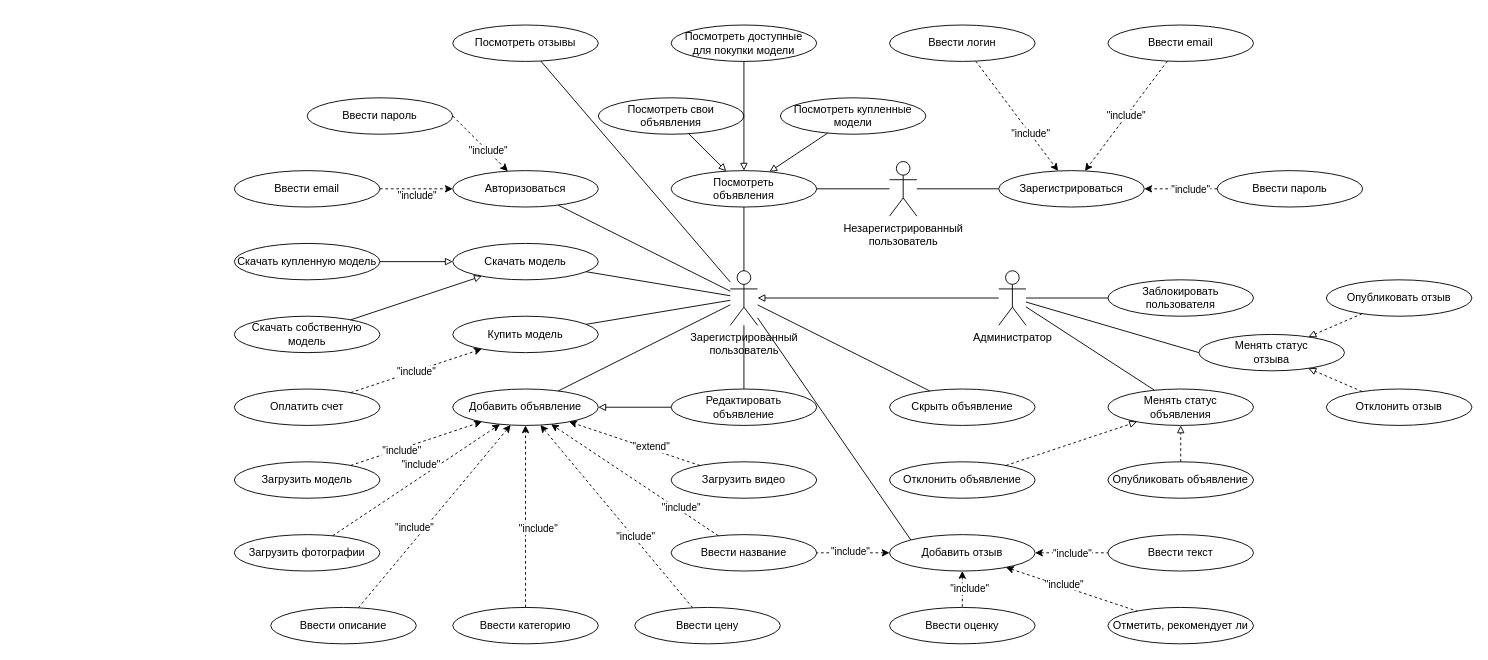
The draw.io diagram Diagrams/Use Case.drawio in DogNellaf/c2c-market, before the edit. Source tidied: cells renumbered, new cells numbered last; positions are measured from the earlier drawing's top-left corner, leaving out a move shared by most shapes. Both pictures are drawn from the tidied source at 91%, with x=0, y=0 at pixel (234, 25).
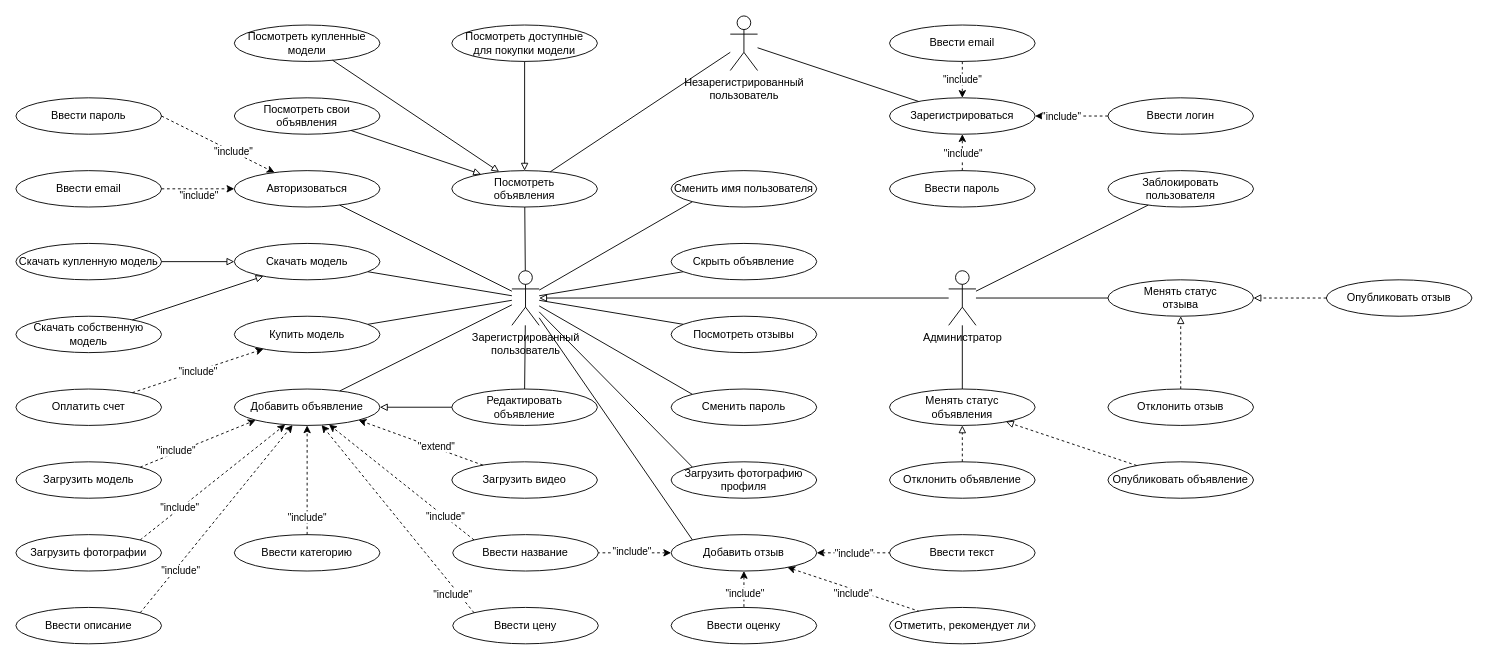
Above is the later version.

The change refers to these unchanged cells:
```xml
<mxCell id="55" style="endArrow=classic;html=1;rounded=0;dashed=1;" parent="1" edge="1" source="45" target="19">
  <mxGeometry relative="1" as="geometry" />
</mxCell>
<mxCell id="72" style="endArrow=classic;html=1;rounded=0;dashed=1;" parent="1" edge="1" source="68" target="34">
  <mxGeometry relative="1" as="geometry" />
</mxCell>
<mxCell id="96" style="endArrow=none;html=1;rounded=0;dashed=1;endFill=0;startArrow=classic;startFill=1;" parent="1" edge="1" source="80" target="95">
  <mxGeometry relative="1" as="geometry" />
</mxCell>
<mxCell id="99" style="endArrow=none;html=1;rounded=0;dashed=1;endFill=0;startArrow=classic;startFill=1;" parent="1" edge="1" source="80" target="98">
  <mxGeometry relative="1" as="geometry" />
</mxCell>
```

Diff of the diagram source:
```diff
@@
     <mxCell id="2" value="Незарегистрированный &lt;br&gt;пользователь" style="shape=umlActor;verticalLabelPosition=bottom;verticalAlign=top;html=1;outlineConnect=0;" parent="1" vertex="1">
-      <mxGeometry x="720" y="150" width="30" height="60" as="geometry" />
+      <mxGeometry x="545" y="-10" width="30" height="60" as="geometry" />
     </mxCell>
     <mxCell id="3" value="Зарегистрированный &lt;br&gt;пользователь" style="shape=umlActor;verticalLabelPosition=bottom;verticalAlign=top;html=1;outlineConnect=0;" parent="1" vertex="1">
-      <mxGeometry x="545" y="270" width="30" height="60" as="geometry" />
+      <mxGeometry x="305" y="270" width="30" height="60" as="geometry" />
     </mxCell>
     <mxCell id="4" value="Авторизоваться" style="ellipse;whiteSpace=wrap;html=1;" parent="1" vertex="1">
-      <mxGeometry x="240" y="160" width="160" height="40" as="geometry" />
+      <mxGeometry y="160" width="160" height="40" as="geometry" />
     </mxCell>
@@
     <mxCell id="6" value="Посмотреть свои&lt;br&gt;объявления" style="ellipse;whiteSpace=wrap;html=1;" parent="1" vertex="1">
-      <mxGeometry x="400" y="80" width="160" height="40" as="geometry" />
+      <mxGeometry y="80" width="160" height="40" as="geometry" />
     </mxCell>
     <mxCell id="7" value="Посмотреть купленные модели" style="ellipse;whiteSpace=wrap;html=1;" parent="1" vertex="1">
-      <mxGeometry x="600" y="80" width="160" height="40" as="geometry" />
+      <mxGeometry width="160" height="40" as="geometry" />
     </mxCell>
@@
     <mxCell id="9" value="Посмотреть&lt;br&gt;объявления" style="ellipse;whiteSpace=wrap;html=1;" parent="1" vertex="1">
-      <mxGeometry x="480" y="160" width="160" height="40" as="geometry" />
+      <mxGeometry x="239" y="160" width="160" height="40" as="geometry" />
     </mxCell>
@@
     <mxCell id="12" value="Администратор" style="shape=umlActor;verticalLabelPosition=bottom;verticalAlign=top;html=1;outlineConnect=0;" parent="1" vertex="1">
-      <mxGeometry x="840" y="270" width="30" height="60" as="geometry" />
+      <mxGeometry x="785" y="270" width="30" height="60" as="geometry" />
     </mxCell>
@@
     <mxCell id="16" value="Скрыть объявление" style="ellipse;whiteSpace=wrap;html=1;" parent="1" vertex="1">
-      <mxGeometry x="720" y="400" width="160" height="40" as="geometry" />
+      <mxGeometry x="480" y="240" width="160" height="40" as="geometry" />
     </mxCell>
     <mxCell id="17" value="Заблокировать пользователя" style="ellipse;whiteSpace=wrap;html=1;" parent="1" vertex="1">
-      <mxGeometry x="960" y="280" width="160" height="40" as="geometry" />
+      <mxGeometry x="960" y="160" width="160" height="40" as="geometry" />
     </mxCell>
@@
     <mxCell id="19" value="Добавить объявление" style="ellipse;whiteSpace=wrap;html=1;" parent="1" vertex="1">
-      <mxGeometry x="240" y="400" width="160" height="40" as="geometry" />
+      <mxGeometry y="400" width="160" height="40" as="geometry" />
     </mxCell>
@@
     <mxCell id="21" value="Скачать модель" style="ellipse;whiteSpace=wrap;html=1;" parent="1" vertex="1">
-      <mxGeometry x="240" y="240" width="160" height="40" as="geometry" />
+      <mxGeometry y="240" width="160" height="40" as="geometry" />
     </mxCell>
@@
     <mxCell id="23" value="Купить модель" style="ellipse;whiteSpace=wrap;html=1;" parent="1" vertex="1">
-      <mxGeometry x="240" y="320" width="160" height="40" as="geometry" />
+      <mxGeometry y="320" width="160" height="40" as="geometry" />
     </mxCell>
@@
     <mxCell id="26" value="Посмотреть доступные &lt;br&gt;для покупки модели" style="ellipse;whiteSpace=wrap;html=1;" parent="1" vertex="1">
-      <mxGeometry x="480" width="160" height="40" as="geometry" />
+      <mxGeometry x="239" width="160" height="40" as="geometry" />
     </mxCell>
@@
     <mxCell id="29" value="Скачать купленную модель" style="ellipse;whiteSpace=wrap;html=1;" parent="1" vertex="1">
-      <mxGeometry y="240" width="160" height="40" as="geometry" />
+      <mxGeometry x="-240" y="240" width="160" height="40" as="geometry" />
     </mxCell>
@@
     <mxCell id="31" value="Скачать собственную модель" style="ellipse;whiteSpace=wrap;html=1;" parent="1" vertex="1">
-      <mxGeometry y="320" width="160" height="40" as="geometry" />
+      <mxGeometry x="-240" y="320" width="160" height="40" as="geometry" />
     </mxCell>
@@
     <mxCell id="34" value="Зарегистрироваться" style="ellipse;whiteSpace=wrap;html=1;" parent="1" vertex="1">
-      <mxGeometry x="840" y="160" width="160" height="40" as="geometry" />
+      <mxGeometry x="720" y="80" width="160" height="40" as="geometry" />
     </mxCell>
@@
     <mxCell id="36" value="Оплатить счет" style="ellipse;whiteSpace=wrap;html=1;" parent="1" vertex="1">
-      <mxGeometry y="400" width="160" height="40" as="geometry" />
+      <mxGeometry x="-240" y="400" width="160" height="40" as="geometry" />
     </mxCell>
@@
     <mxCell id="39" value="Редактировать&lt;br&gt;объявление" style="ellipse;whiteSpace=wrap;html=1;" parent="1" vertex="1">
-      <mxGeometry x="480" y="400" width="160" height="40" as="geometry" />
+      <mxGeometry x="239" y="400" width="160" height="40" as="geometry" />
     </mxCell>
@@
     <mxCell id="41" value="Загрузить модель" style="ellipse;whiteSpace=wrap;html=1;" parent="1" vertex="1">
-      <mxGeometry y="480" width="160" height="40" as="geometry" />
+      <mxGeometry x="-240" y="480" width="160" height="40" as="geometry" />
     </mxCell>
     <mxCell id="42" value="Ввести название" style="ellipse;whiteSpace=wrap;html=1;" parent="1" vertex="1">
-      <mxGeometry x="480" y="560" width="160" height="40" as="geometry" />
+      <mxGeometry x="240" y="560" width="160" height="40" as="geometry" />
     </mxCell>
     <mxCell id="43" value="Ввести описание" style="ellipse;whiteSpace=wrap;html=1;" parent="1" vertex="1">
-      <mxGeometry x="40" y="640" width="160" height="40" as="geometry" />
+      <mxGeometry x="-240" y="640" width="160" height="40" as="geometry" />
     </mxCell>
     <mxCell id="44" value="Ввести цену" style="ellipse;whiteSpace=wrap;html=1;" parent="1" vertex="1">
-      <mxGeometry x="440" y="640" width="160" height="40" as="geometry" />
+      <mxGeometry x="240" y="640" width="160" height="40" as="geometry" />
     </mxCell>
     <mxCell id="45" value="Ввести категорию" style="ellipse;whiteSpace=wrap;html=1;" parent="1" vertex="1">
-      <mxGeometry x="240" y="640" width="160" height="40" as="geometry" />
+      <mxGeometry y="560" width="160" height="40" as="geometry" />
     </mxCell>
     <mxCell id="46" value="Загрузить видео" style="ellipse;whiteSpace=wrap;html=1;" parent="1" vertex="1">
-      <mxGeometry x="480" y="480" width="160" height="40" as="geometry" />
+      <mxGeometry x="239" y="480" width="160" height="40" as="geometry" />
     </mxCell>
-    <mxCell id="47" style="endArrow=classic;html=1;rounded=0;dashed=1;" parent="1" edge="1" source="41" target="19">
+    <mxCell id="47" style="endArrow=classic;html=1;rounded=0;dashed=1;exitX=1;exitY=0;exitDx=0;exitDy=0;entryX=0;entryY=1;entryDx=0;entryDy=0;" parent="1" edge="1" source="41" target="19">
       <mxGeometry relative="1" as="geometry" />
     </mxCell>
     <mxCell id="48" value="&quot;include&quot;" style="edgeLabel;html=1;align=center;verticalAlign=middle;" parent="47" vertex="1">
-      <mxGeometry x="-0.23" y="-2" relative="1" as="geometry" />
+      <mxGeometry x="-0.23" y="-2" relative="1" as="geometry">
+        <mxPoint x="-11" as="offset" />
+      </mxGeometry>
     </mxCell>
     <mxCell id="49" value="Загрузить фотографии" style="ellipse;whiteSpace=wrap;html=1;" parent="1" vertex="1">
-      <mxGeometry y="560" width="160" height="40" as="geometry" />
+      <mxGeometry x="-240" y="560" width="160" height="40" as="geometry" />
     </mxCell>
-    <mxCell id="50" style="endArrow=classic;html=1;rounded=0;endFill=1;dashed=1;" parent="1" edge="1" source="49" target="19">
+    <mxCell id="50" style="endArrow=classic;html=1;rounded=0;endFill=1;dashed=1;exitX=1;exitY=0;exitDx=0;exitDy=0;" parent="1" edge="1" source="49" target="19">
       <mxGeometry relative="1" as="geometry" />
     </mxCell>
     <mxCell id="51" value="&quot;include&quot;" style="edgeLabel;html=1;align=center;verticalAlign=middle;" parent="50" vertex="1">
       <mxGeometry x="0.23" y="4" relative="1" as="geometry">
-        <mxPoint x="-14" as="offset" />
+        <mxPoint x="-52" y="45" as="offset" />
       </mxGeometry>
     </mxCell>
-    <mxCell id="52" style="endArrow=block;html=1;rounded=0;endFill=0;" parent="1" edge="1" source="39" target="19">
+    <mxCell id="52" style="endArrow=block;html=1;rounded=0;endFill=0;entryX=1;entryY=0.5;entryDx=0;entryDy=0;" parent="1" edge="1" source="39" target="19">
       <mxGeometry relative="1" as="geometry" />
     </mxCell>
-    <mxCell id="53" style="endArrow=classic;html=1;rounded=0;dashed=1;" parent="1" edge="1" source="43" target="19">
+    <mxCell id="53" style="endArrow=classic;html=1;rounded=0;dashed=1;exitX=1;exitY=0;exitDx=0;exitDy=0;" parent="1" edge="1" source="43" target="19">
       <mxGeometry relative="1" as="geometry" />
     </mxCell>
     <mxCell id="54" value="&quot;include&quot;" style="edgeLabel;html=1;align=center;verticalAlign=middle;" parent="53" vertex="1">
       <mxGeometry x="-0.23" y="-2" relative="1" as="geometry">
-        <mxPoint x="-5" y="-13" as="offset" />
+        <mxPoint x="-22" y="32" as="offset" />
       </mxGeometry>
     </mxCell>
@@
     <mxCell id="56" value="&quot;include&quot;" style="edgeLabel;html=1;align=center;verticalAlign=middle;" parent="55" vertex="1">
       <mxGeometry x="-0.23" y="-2" relative="1" as="geometry">
-        <mxPoint x="11" y="-10" as="offset" />
+        <mxPoint x="-3" y="26" as="offset" />
       </mxGeometry>
     </mxCell>
-    <mxCell id="57" style="endArrow=classic;html=1;rounded=0;dashed=1;" parent="1" edge="1" source="42" target="19">
+    <mxCell id="57" style="endArrow=classic;html=1;rounded=0;dashed=1;exitX=0;exitY=0;exitDx=0;exitDy=0;" parent="1" edge="1" source="42" target="19">
       <mxGeometry relative="1" as="geometry" />
     </mxCell>
     <mxCell id="58" value="&quot;include&quot;" style="edgeLabel;html=1;align=center;verticalAlign=middle;" parent="57" vertex="1">
       <mxGeometry x="-0.23" y="-2" relative="1" as="geometry">
-        <mxPoint x="28" y="17" as="offset" />
+        <mxPoint x="28" y="24" as="offset" />
       </mxGeometry>
     </mxCell>
-    <mxCell id="59" style="endArrow=classic;html=1;rounded=0;dashed=1;" parent="1" edge="1" source="44" target="19">
+    <mxCell id="59" style="endArrow=classic;html=1;rounded=0;dashed=1;exitX=0;exitY=0;exitDx=0;exitDy=0;" parent="1" edge="1" source="44" target="19">
       <mxGeometry relative="1" as="geometry" />
     </mxCell>
     <mxCell id="60" value="&quot;include&quot;" style="edgeLabel;html=1;align=center;verticalAlign=middle;" parent="59" vertex="1">
-      <mxGeometry x="-0.23" y="-2" relative="1" as="geometry" />
+      <mxGeometry x="-0.23" y="-2" relative="1" as="geometry">
+        <mxPoint x="39" y="60" as="offset" />
+      </mxGeometry>
     </mxCell>
-    <mxCell id="61" style="endArrow=classic;html=1;rounded=0;dashed=1;" parent="1" edge="1" source="46" target="19">
+    <mxCell id="61" style="endArrow=classic;html=1;rounded=0;dashed=1;entryX=1;entryY=1;entryDx=0;entryDy=0;" parent="1" edge="1" source="46" target="19">
       <mxGeometry relative="1" as="geometry" />
     </mxCell>
@@
     <mxCell id="63" value="Менять статус &lt;br&gt;объявления" style="ellipse;whiteSpace=wrap;html=1;" parent="1" vertex="1">
-      <mxGeometry x="960" y="400" width="160" height="40" as="geometry" />
+      <mxGeometry x="720" y="400" width="160" height="40" as="geometry" />
     </mxCell>
@@
     <mxCell id="66" value="Ввести email" style="ellipse;whiteSpace=wrap;html=1;" parent="1" vertex="1">
-      <mxGeometry x="960" width="160" height="40" as="geometry" />
+      <mxGeometry x="720" width="160" height="40" as="geometry" />
     </mxCell>
     <mxCell id="67" value="Ввести логин" style="ellipse;whiteSpace=wrap;html=1;" parent="1" vertex="1">
-      <mxGeometry x="720" width="160" height="40" as="geometry" />
+      <mxGeometry x="960" y="80" width="160" height="40" as="geometry" />
     </mxCell>
     <mxCell id="68" value="Ввести пароль" style="ellipse;whiteSpace=wrap;html=1;" parent="1" vertex="1">
-      <mxGeometry x="1080" y="160" width="160" height="40" as="geometry" />
+      <mxGeometry x="720" y="160" width="160" height="40" as="geometry" />
     </mxCell>
@@
     <mxCell id="73" value="&quot;include&quot;" style="edgeLabel;html=1;align=center;verticalAlign=middle;" parent="72" vertex="1">
       <mxGeometry x="-0.38" y="1" relative="1" as="geometry">
-        <mxPoint x="-5" y="-1" as="offset" />
+        <mxPoint x="1" y="-7" as="offset" />
       </mxGeometry>
     </mxCell>
     <mxCell id="74" value="Ввести email" style="ellipse;whiteSpace=wrap;html=1;" parent="1" vertex="1">
-      <mxGeometry y="160" width="160" height="40" as="geometry" />
+      <mxGeometry x="-240" y="160" width="160" height="40" as="geometry" />
     </mxCell>
     <mxCell id="75" value="Ввести пароль" style="ellipse;whiteSpace=wrap;html=1;" parent="1" vertex="1">
-      <mxGeometry x="80" y="80" width="160" height="40" as="geometry" />
+      <mxGeometry x="-240" y="80" width="160" height="40" as="geometry" />
     </mxCell>
@@
     <mxCell id="80" value="Добавить отзыв" style="ellipse;whiteSpace=wrap;html=1;" parent="1" vertex="1">
-      <mxGeometry x="720" y="560" width="160" height="40" as="geometry" />
+      <mxGeometry x="480" y="560" width="160" height="40" as="geometry" />
     </mxCell>
@@
     <mxCell id="82" value="Менять статус &lt;br&gt;отзыва" style="ellipse;whiteSpace=wrap;html=1;" parent="1" vertex="1">
-      <mxGeometry x="1060" y="340" width="160" height="40" as="geometry" />
+      <mxGeometry x="960" y="280" width="160" height="40" as="geometry" />
     </mxCell>
@@
     <mxCell id="85" value="Отклонить отзыв" style="ellipse;whiteSpace=wrap;html=1;" parent="1" vertex="1">
-      <mxGeometry x="1200" y="400" width="160" height="40" as="geometry" />
+      <mxGeometry x="960" y="400" width="160" height="40" as="geometry" />
     </mxCell>
@@
     <mxCell id="88" value="Посмотреть отзывы" style="ellipse;whiteSpace=wrap;html=1;" parent="1" vertex="1">
-      <mxGeometry x="240" width="160" height="40" as="geometry" />
+      <mxGeometry x="480" y="320" width="160" height="40" as="geometry" />
     </mxCell>
@@
     <mxCell id="90" value="Ввести текст" style="ellipse;whiteSpace=wrap;html=1;" parent="1" vertex="1">
-      <mxGeometry x="960" y="560" width="160" height="40" as="geometry" />
+      <mxGeometry x="720" y="560" width="160" height="40" as="geometry" />
     </mxCell>
@@
     <mxCell id="95" value="Отметить, рекомендует ли" style="ellipse;whiteSpace=wrap;html=1;" parent="1" vertex="1">
-      <mxGeometry x="960" y="640" width="160" height="40" as="geometry" />
+      <mxGeometry x="720" y="640" width="160" height="40" as="geometry" />
     </mxCell>
@@
     <mxCell id="97" value="&quot;include&quot;" style="edgeLabel;html=1;align=center;verticalAlign=middle;" parent="96" vertex="1">
       <mxGeometry x="-0.23" y="-2" relative="1" as="geometry">
-        <mxPoint x="9" y="-2" as="offset" />
+        <mxPoint x="17" y="8" as="offset" />
       </mxGeometry>
     </mxCell>
     <mxCell id="98" value="Ввести оценку" style="ellipse;whiteSpace=wrap;html=1;" parent="1" vertex="1">
-      <mxGeometry x="720" y="640" width="160" height="40" as="geometry" />
+      <mxGeometry x="480" y="640" width="160" height="40" as="geometry" />
     </mxCell>
@@
     <mxCell id="100" value="&quot;include&quot;" style="edgeLabel;html=1;align=center;verticalAlign=middle;" parent="99" vertex="1">
       <mxGeometry x="-0.23" y="-2" relative="1" as="geometry">
-        <mxPoint x="9" y="4" as="offset" />
+        <mxPoint x="2" y="9" as="offset" />
       </mxGeometry>
     </mxCell>
+    <mxCell id="101" value="Сменить пароль" style="ellipse;whiteSpace=wrap;html=1;" parent="1" vertex="1">
+      <mxGeometry x="480" y="400" width="160" height="40" as="geometry" />
+    </mxCell>
+    <mxCell id="102" style="endArrow=none;html=1;rounded=0;entryX=0;entryY=0;entryDx=0;entryDy=0;" parent="1" edge="1" source="3" target="101">
+      <mxGeometry relative="1" as="geometry" />
+    </mxCell>
+    <mxCell id="103" value="Загрузить фотографию профиля" style="ellipse;whiteSpace=wrap;html=1;" parent="1" vertex="1">
+      <mxGeometry x="480" y="480" width="160" height="40" as="geometry" />
+    </mxCell>
+    <mxCell id="104" style="endArrow=none;html=1;rounded=0;exitX=0;exitY=0;exitDx=0;exitDy=0;" parent="1" edge="1" source="103" target="3">
+      <mxGeometry relative="1" as="geometry" />
+    </mxCell>
+    <mxCell id="105" value="Сменить имя пользователя" style="ellipse;whiteSpace=wrap;html=1;" parent="1" vertex="1">
+      <mxGeometry x="480" y="160" width="160" height="40" as="geometry" />
+    </mxCell>
+    <mxCell id="106" style="endArrow=none;html=1;rounded=0;entryX=0;entryY=1;entryDx=0;entryDy=0;" parent="1" edge="1" source="3" target="105">
+      <mxGeometry relative="1" as="geometry" />
+    </mxCell>
```
